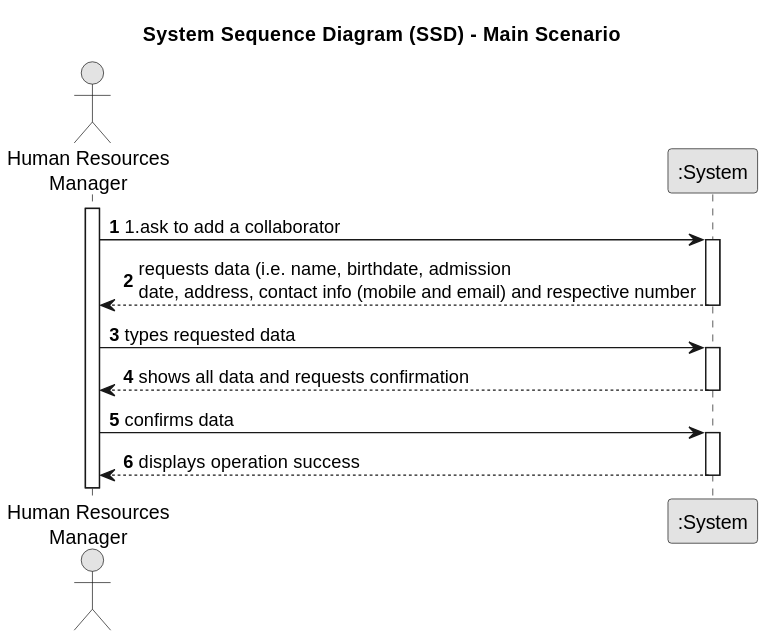
Above: docs/sprintA/us003/01.requirements-engineering/svg/us003-system-sequence-diagram-Main-Solution.svg in Departamento-de-Engenharia-Informatica/lei-24-s2-1dkl-g134 (PlantUML), before the change. Source of this version:
```plantuml
@startuml
skinparam monochrome true
skinparam packageStyle rectangle
skinparam shadowing false

title System Sequence Diagram (SSD) - Main Scenario

autonumber

actor "Human Resources\nManager" as Employee
participant ":System" as System

activate Employee

    Employee -> System : 1.ask to add a collaborator

    activate System

        System --> Employee : requests data (i.e. name, birthdate, admission \ndate, address, contact info (mobile and email) and respective number

    deactivate System

    Employee -> System : types requested data
    activate System

        System --> Employee :  shows all data and requests confirmation
    deactivate System

    Employee -> System : confirms data
    activate System



        System --> Employee : displays operation success
    deactivate System
@enduml
```
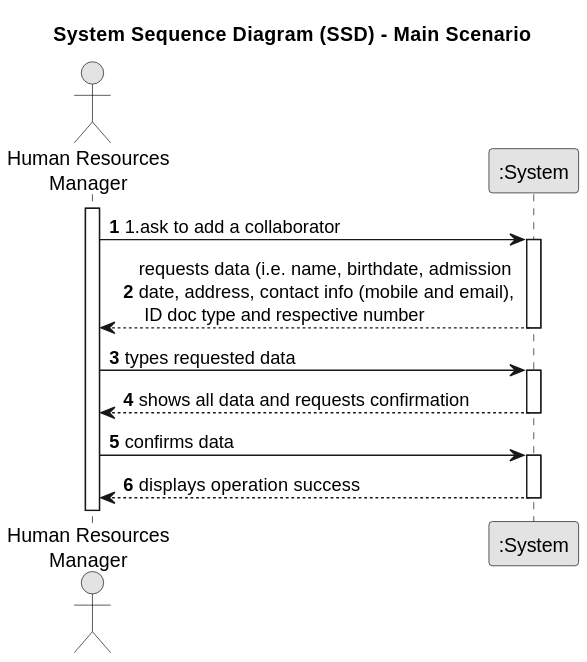
After the change.

Diff of the diagram source:
```diff
@@ -16,7 +16,7 @@
 
     activate System
 
-        System --> Employee : requests data (i.e. name, birthdate, admission \ndate, address, contact info (mobile and email) and respective number
+        System --> Employee : requests data (i.e. name, birthdate, admission \ndate, address, contact info (mobile and email),\n ID doc type and respective number
 
     deactivate System
 
```
